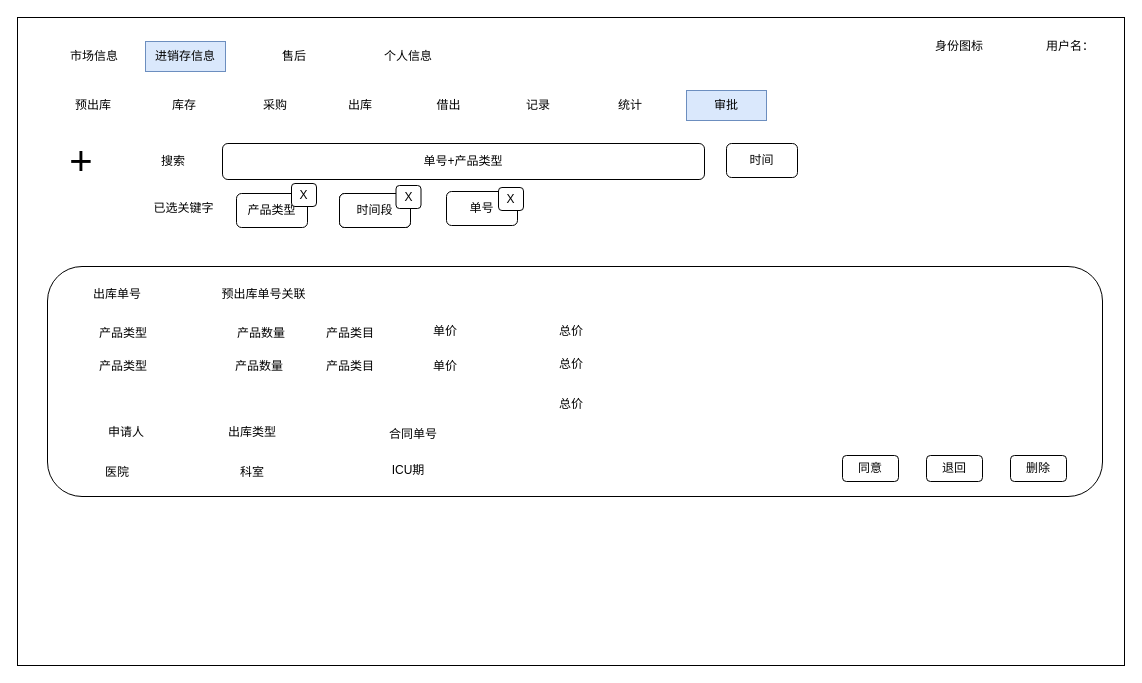
Earlier version of the draw.io diagram page "审批" (8 of 8) of 泰加进销存.drawio (cangwang/news). Source tidied: cells renumbered, new cells numbered last; positions are measured from the earlier drawing's top-left corner, leaving out a move shared by most shapes. Both pictures are drawn from the tidied source at 100%, with x=0, y=0 at pixel (17, 17).
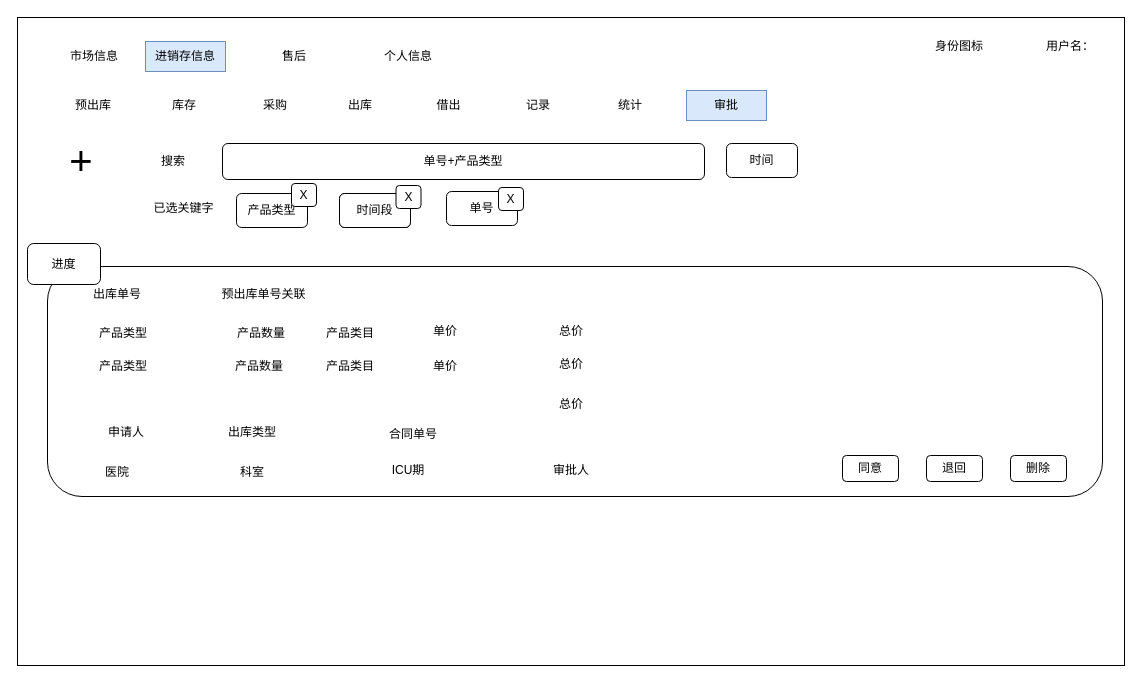
The same diagram, later.

Change to the diagram source:
```diff
@@
+    <mxCell id="52" value="进度" style="rounded=1;whiteSpace=wrap;html=1;" parent="1" vertex="1">
+      <mxGeometry x="10" y="226" width="73" height="41" as="geometry" />
+    </mxCell>
+    <mxCell id="53" value="审批人" style="text;html=1;strokeColor=none;fillColor=none;align=center;verticalAlign=middle;whiteSpace=wrap;rounded=0;" parent="1" vertex="1">
+      <mxGeometry x="523.5" y="438" width="60" height="30" as="geometry" />
+    </mxCell>
```
